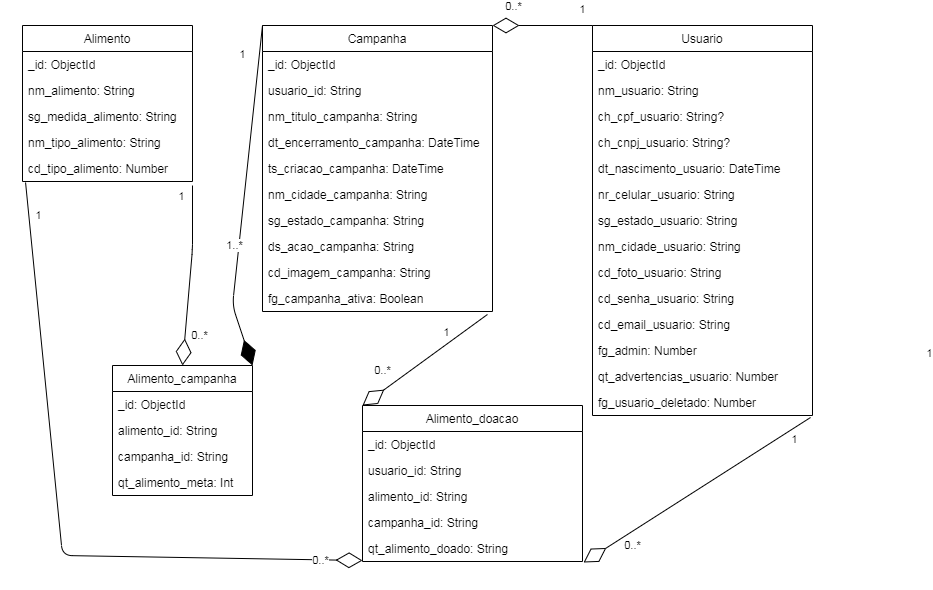
Before: docs/NoAM.png, a diagram exported from draw.io (yagomouro/nacao-nutrida). Source tidied: cells renumbered, new cells last; positions are measured from the earlier drawing's top-left corner, leaving out a move shared by most shapes.
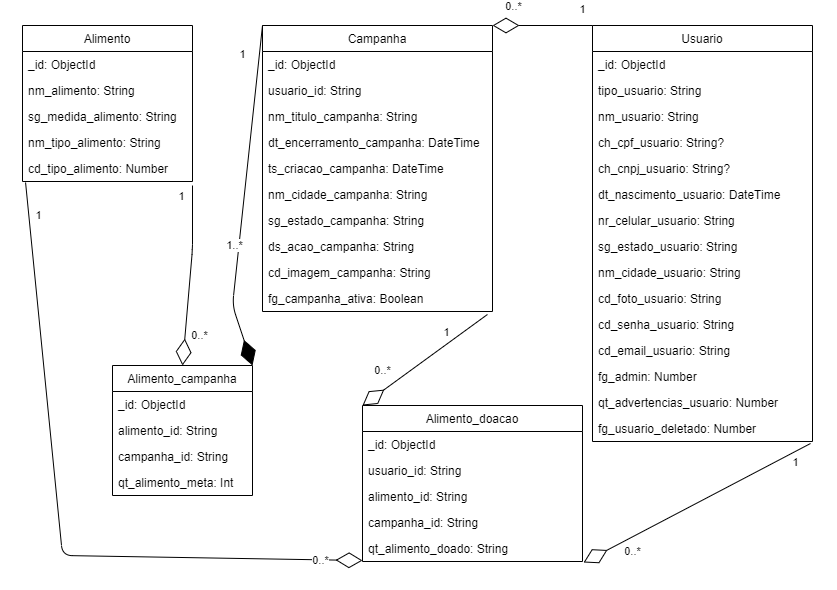
Later version of the same file.

What changed in the source:
```diff
@@ -21,49 +21,52 @@
       <mxGeometry y="130" width="170" height="26" as="geometry" />
     </mxCell>
     <mxCell id="8" value="Usuario" style="swimlane;fontStyle=0;horizontal=1;startSize=26;fillColor=none;" parent="1" vertex="1">
-      <mxGeometry x="570" width="220" height="390" as="geometry" />
+      <mxGeometry x="570" width="220" height="416" as="geometry" />
     </mxCell>
     <mxCell id="9" value="_id: ObjectId" style="text;strokeColor=none;fillColor=none;align=left;verticalAlign=top;spacingLeft=4;spacingRight=4;overflow=hidden;" parent="8" vertex="1">
       <mxGeometry y="26" width="220" height="26" as="geometry" />
     </mxCell>
+    <mxCell id="64" value="tipo_usuario: String" style="text;strokeColor=none;fillColor=none;align=left;verticalAlign=top;spacingLeft=4;spacingRight=4;overflow=hidden;" parent="8" vertex="1">
+      <mxGeometry y="52" width="220" height="26" as="geometry" />
+    </mxCell>
     <mxCell id="10" value="nm_usuario: String" style="text;strokeColor=none;fillColor=none;align=left;verticalAlign=top;spacingLeft=4;spacingRight=4;overflow=hidden;" parent="8" vertex="1">
-      <mxGeometry y="52" width="220" height="26" as="geometry" />
+      <mxGeometry y="78" width="220" height="26" as="geometry" />
     </mxCell>
     <mxCell id="11" value="ch_cpf_usuario: String?" style="text;strokeColor=none;fillColor=none;align=left;verticalAlign=top;spacingLeft=4;spacingRight=4;overflow=hidden;" parent="8" vertex="1">
-      <mxGeometry y="78" width="220" height="26" as="geometry" />
+      <mxGeometry y="104" width="220" height="26" as="geometry" />
     </mxCell>
     <mxCell id="12" value="ch_cnpj_usuario: String?" style="text;strokeColor=none;fillColor=none;align=left;verticalAlign=top;spacingLeft=4;spacingRight=4;overflow=hidden;" parent="8" vertex="1">
-      <mxGeometry y="104" width="220" height="26" as="geometry" />
+      <mxGeometry y="130" width="220" height="26" as="geometry" />
     </mxCell>
     <mxCell id="13" value="dt_nascimento_usuario: DateTime" style="text;strokeColor=none;fillColor=none;align=left;verticalAlign=top;spacingLeft=4;spacingRight=4;overflow=hidden;" parent="8" vertex="1">
-      <mxGeometry y="130" width="220" height="26" as="geometry" />
+      <mxGeometry y="156" width="220" height="26" as="geometry" />
     </mxCell>
     <mxCell id="14" value="nr_celular_usuario: String" style="text;strokeColor=none;fillColor=none;align=left;verticalAlign=top;spacingLeft=4;spacingRight=4;overflow=hidden;" parent="8" vertex="1">
-      <mxGeometry y="156" width="220" height="26" as="geometry" />
+      <mxGeometry y="182" width="220" height="26" as="geometry" />
     </mxCell>
     <mxCell id="15" value="sg_estado_usuario: String" style="text;strokeColor=none;fillColor=none;align=left;verticalAlign=top;spacingLeft=4;spacingRight=4;overflow=hidden;" parent="8" vertex="1">
-      <mxGeometry y="182" width="220" height="26" as="geometry" />
+      <mxGeometry y="208" width="220" height="26" as="geometry" />
     </mxCell>
     <mxCell id="16" value="nm_cidade_usuario: String" style="text;strokeColor=none;fillColor=none;align=left;verticalAlign=top;spacingLeft=4;spacingRight=4;overflow=hidden;" parent="8" vertex="1">
-      <mxGeometry y="208" width="220" height="26" as="geometry" />
+      <mxGeometry y="234" width="220" height="26" as="geometry" />
     </mxCell>
     <mxCell id="17" value="cd_foto_usuario: String" style="text;strokeColor=none;fillColor=none;align=left;verticalAlign=top;spacingLeft=4;spacingRight=4;overflow=hidden;" parent="8" vertex="1">
-      <mxGeometry y="234" width="220" height="26" as="geometry" />
+      <mxGeometry y="260" width="220" height="26" as="geometry" />
     </mxCell>
     <mxCell id="18" value="cd_senha_usuario: String" style="text;strokeColor=none;fillColor=none;align=left;verticalAlign=top;spacingLeft=4;spacingRight=4;overflow=hidden;" parent="8" vertex="1">
-      <mxGeometry y="260" width="220" height="26" as="geometry" />
+      <mxGeometry y="286" width="220" height="26" as="geometry" />
     </mxCell>
     <mxCell id="19" value="cd_email_usuario: String" style="text;strokeColor=none;fillColor=none;align=left;verticalAlign=top;spacingLeft=4;spacingRight=4;overflow=hidden;" parent="8" vertex="1">
-      <mxGeometry y="286" width="220" height="26" as="geometry" />
+      <mxGeometry y="312" width="220" height="26" as="geometry" />
     </mxCell>
     <mxCell id="20" value="fg_admin: Number" style="text;strokeColor=none;fillColor=none;align=left;verticalAlign=top;spacingLeft=4;spacingRight=4;overflow=hidden;" parent="8" vertex="1">
-      <mxGeometry y="312" width="220" height="26" as="geometry" />
+      <mxGeometry y="338" width="220" height="26" as="geometry" />
     </mxCell>
     <mxCell id="21" value="qt_advertencias_usuario: Number" style="text;strokeColor=none;fillColor=none;align=left;verticalAlign=top;spacingLeft=4;spacingRight=4;overflow=hidden;" parent="8" vertex="1">
-      <mxGeometry y="338" width="220" height="26" as="geometry" />
+      <mxGeometry y="364" width="220" height="26" as="geometry" />
     </mxCell>
     <mxCell id="22" value="fg_usuario_deletado: Number" style="text;strokeColor=none;fillColor=none;align=left;verticalAlign=top;spacingLeft=4;spacingRight=4;overflow=hidden;points=[[0,0.5],[1,0.5]];portConstraint=eastwest;" parent="8" vertex="1">
-      <mxGeometry y="364" width="220" height="26" as="geometry" />
+      <mxGeometry y="390" width="220" height="26" as="geometry" />
     </mxCell>
     <mxCell id="23" value="Campanha" style="swimlane;fontStyle=0;horizontal=1;startSize=26;fillColor=none;" parent="1" vertex="1">
       <mxGeometry x="240" width="230" height="286" as="geometry" />
@@ -186,11 +189,6 @@
         <mxPoint x="-1" y="19" as="offset" />
       </mxGeometry>
     </mxCell>
-    <mxCell id="56" value="1" style="edgeLabel;html=1;align=center;verticalAlign=middle;" parent="54" vertex="1">
-      <mxGeometry x="-0.66" y="-3" relative="1" as="geometry">
-        <mxPoint x="158" y="-86" as="offset" />
-      </mxGeometry>
-    </mxCell>
     <mxCell id="57" value="1" style="edgeLabel;html=1;align=center;verticalAlign=middle;" parent="54" vertex="1">
       <mxGeometry x="-0.79" y="2" relative="1" as="geometry">
         <mxPoint x="7" y="4" as="offset" />
```
